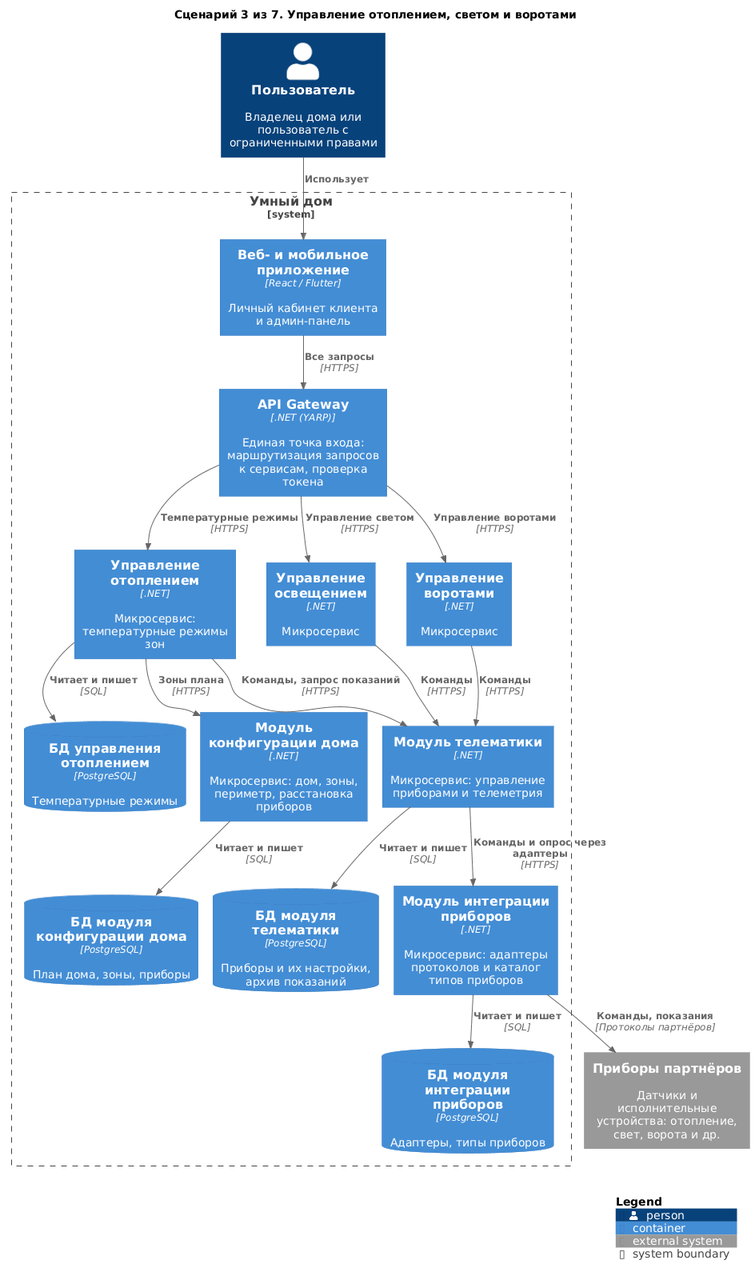
Earlier version of the PlantUML export diagrams/containers-scenarios/03-device-control.png (Lyamin-av/architecture-warmhouse). The source it was exported from:
```plantuml
@startuml 03-device-control
!include <C4/C4_Container>

title Сценарий 3 из 7. Управление отоплением, светом и воротами

Person(user, "Пользователь", "Владелец дома или пользователь с ограниченными правами")

System_Boundary(Warmhouse, "Умный дом") {
    Container(apps, "Веб- и мобильное приложение", "React / Flutter", "Личный кабинет клиента и админ-панель")
    Container(Gateway, "API Gateway", ".NET (YARP)", "Единая точка входа: маршрутизация запросов к сервисам, проверка токена")
    Container(Heating, "Управление отоплением", ".NET", "Микросервис: температурные режимы зон")
    Container(Lighting, "Управление освещением", ".NET", "Микросервис")
    Container(GateControl, "Управление воротами", ".NET", "Микросервис")
    Container(HouseConfigurator, "Модуль конфигурации дома", ".NET", "Микросервис: дом, зоны, периметр, расстановка приборов")
    Container(Telematics, "Модуль телематики", ".NET", "Микросервис: управление приборами и телеметрия")
    Container(DeviceIntegration, "Модуль интеграции приборов", ".NET", "Микросервис: адаптеры протоколов и каталог типов приборов")
    ContainerDb(dbHeating, "БД управления отоплением", "PostgreSQL", "Температурные режимы")
    ContainerDb(dbTelematics, "БД модуля телематики", "PostgreSQL", "Приборы и их настройки, архив показаний")
    ContainerDb(dbDIS, "БД модуля интеграции приборов", "PostgreSQL", "Адаптеры, типы приборов")
    ContainerDb(dbHC, "БД модуля конфигурации дома", "PostgreSQL", "План дома, зоны, приборы")
}

System_Ext(devices, "Приборы партнёров", "Датчики и исполнительные устройства: отопление, свет, ворота и др.")

Rel(user, apps, "Использует")
Rel(apps, Gateway, "Все запросы", "HTTPS")
Rel(Gateway, Heating, "Температурные режимы", "HTTPS")
Rel(Gateway, Lighting, "Управление светом", "HTTPS")
Rel(Gateway, GateControl, "Управление воротами", "HTTPS")
Rel(Heating, HouseConfigurator, "Зоны плана", "HTTPS")
Rel(Heating, Telematics, "Команды, запрос показаний", "HTTPS")
Rel(Lighting, Telematics, "Команды", "HTTPS")
Rel(GateControl, Telematics, "Команды", "HTTPS")
Rel(Telematics, DeviceIntegration, "Команды и опрос через адаптеры", "HTTPS")
Rel(DeviceIntegration, devices, "Команды, показания", "Протоколы партнёров")

Rel(Heating, dbHeating, "Читает и пишет", "SQL")
Rel(Telematics, dbTelematics, "Читает и пишет", "SQL")
Rel(DeviceIntegration, dbDIS, "Читает и пишет", "SQL")
Rel(HouseConfigurator, dbHC, "Читает и пишет", "SQL")

SHOW_LEGEND()
@enduml
```
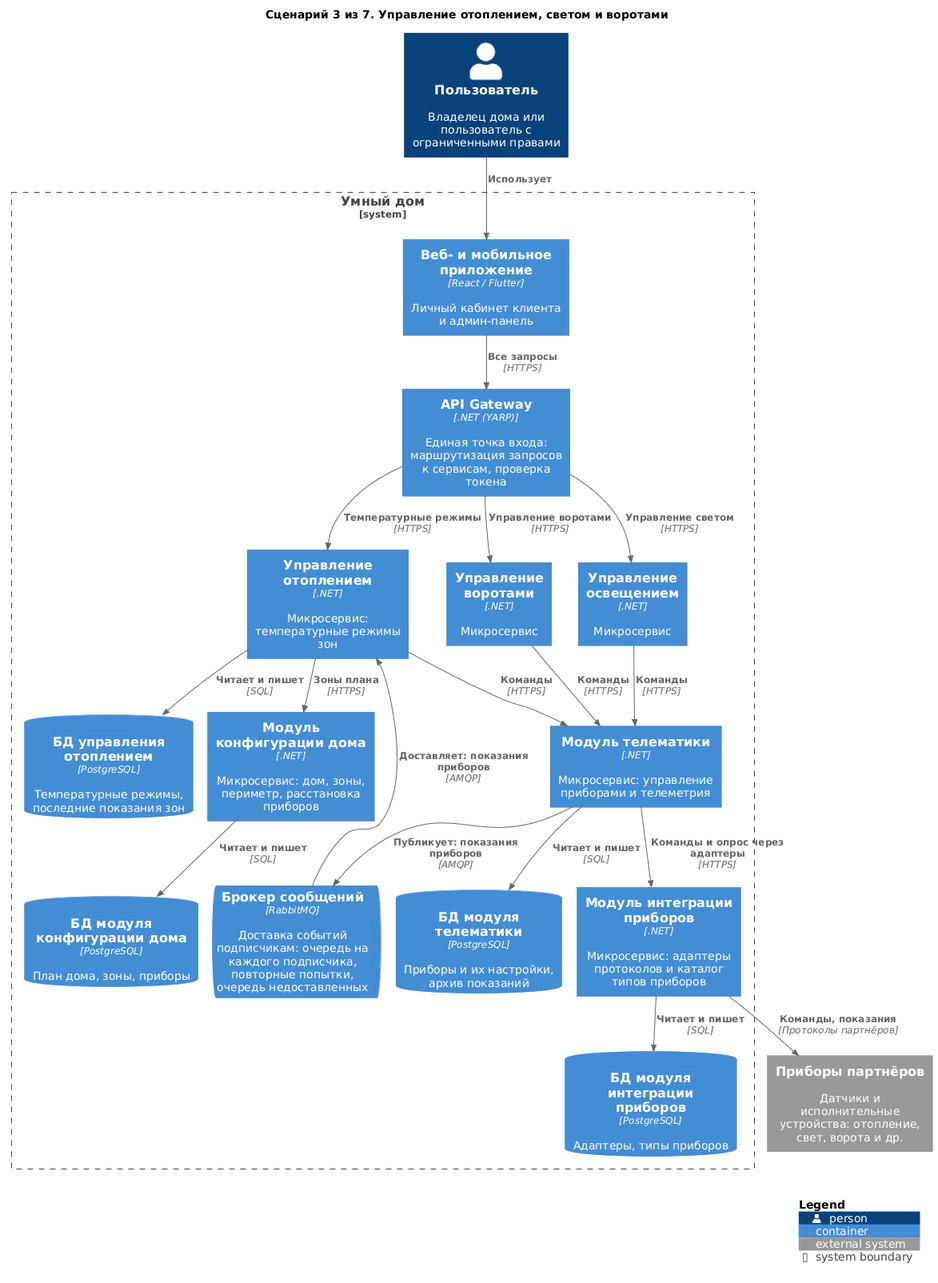
Above is the later version.

Commit message:
C4: компоненты управления отоплением, показания через брокер, расписание в автоматизации

Change to the diagram source:
```diff
@@ -14,7 +14,8 @@
     Container(HouseConfigurator, "Модуль конфигурации дома", ".NET", "Микросервис: дом, зоны, периметр, расстановка приборов")
     Container(Telematics, "Модуль телематики", ".NET", "Микросервис: управление приборами и телеметрия")
     Container(DeviceIntegration, "Модуль интеграции приборов", ".NET", "Микросервис: адаптеры протоколов и каталог типов приборов")
-    ContainerDb(dbHeating, "БД управления отоплением", "PostgreSQL", "Температурные режимы")
+    ContainerQueue(Broker, "Брокер сообщений", "RabbitMQ", "Доставка событий подписчикам: очередь на каждого подписчика, повторные попытки, очередь недоставленных")
+    ContainerDb(dbHeating, "БД управления отоплением", "PostgreSQL", "Температурные режимы, последние показания зон")
     ContainerDb(dbTelematics, "БД модуля телематики", "PostgreSQL", "Приборы и их настройки, архив показаний")
     ContainerDb(dbDIS, "БД модуля интеграции приборов", "PostgreSQL", "Адаптеры, типы приборов")
     ContainerDb(dbHC, "БД модуля конфигурации дома", "PostgreSQL", "План дома, зоны, приборы")
@@ -28,7 +29,9 @@
 Rel(Gateway, Lighting, "Управление светом", "HTTPS")
 Rel(Gateway, GateControl, "Управление воротами", "HTTPS")
 Rel(Heating, HouseConfigurator, "Зоны плана", "HTTPS")
-Rel(Heating, Telematics, "Команды, запрос показаний", "HTTPS")
+Rel(Heating, Telematics, "Команды", "HTTPS")
+Rel(Telematics, Broker, "Публикует: показания приборов", "AMQP")
+Rel(Broker, Heating, "Доставляет: показания приборов", "AMQP")
 Rel(Lighting, Telematics, "Команды", "HTTPS")
 Rel(GateControl, Telematics, "Команды", "HTTPS")
 Rel(Telematics, DeviceIntegration, "Команды и опрос через адаптеры", "HTTPS")
```
